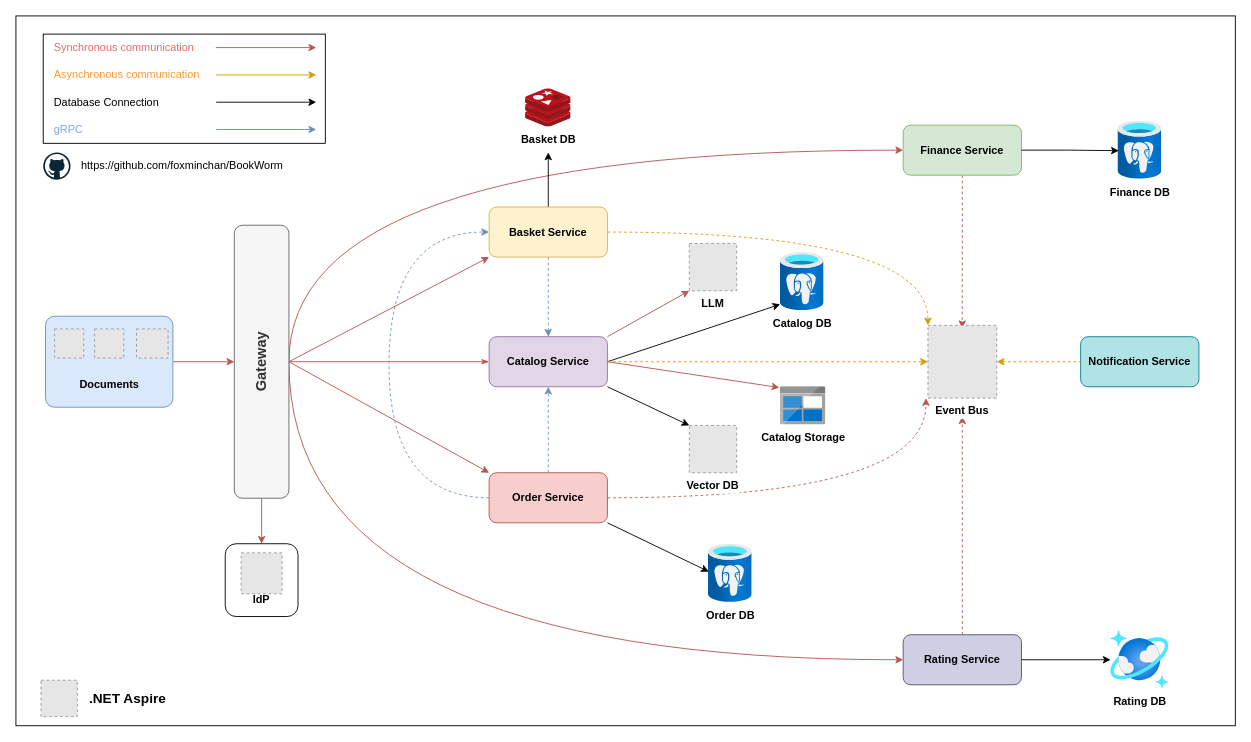
Before: assets/BookWorm.drawio in foxminchan/BookWorm, a draw.io diagram. Source tidied: cells renumbered, new cells numbered last; positions are measured from the earlier drawing's top-left corner, leaving out a move shared by most shapes. Both pictures are drawn from the tidied source at 91%, with x=0, y=0 at pixel (15, 15). Pictures stored in the file or linked from it are replaced by grey dashed boxes.
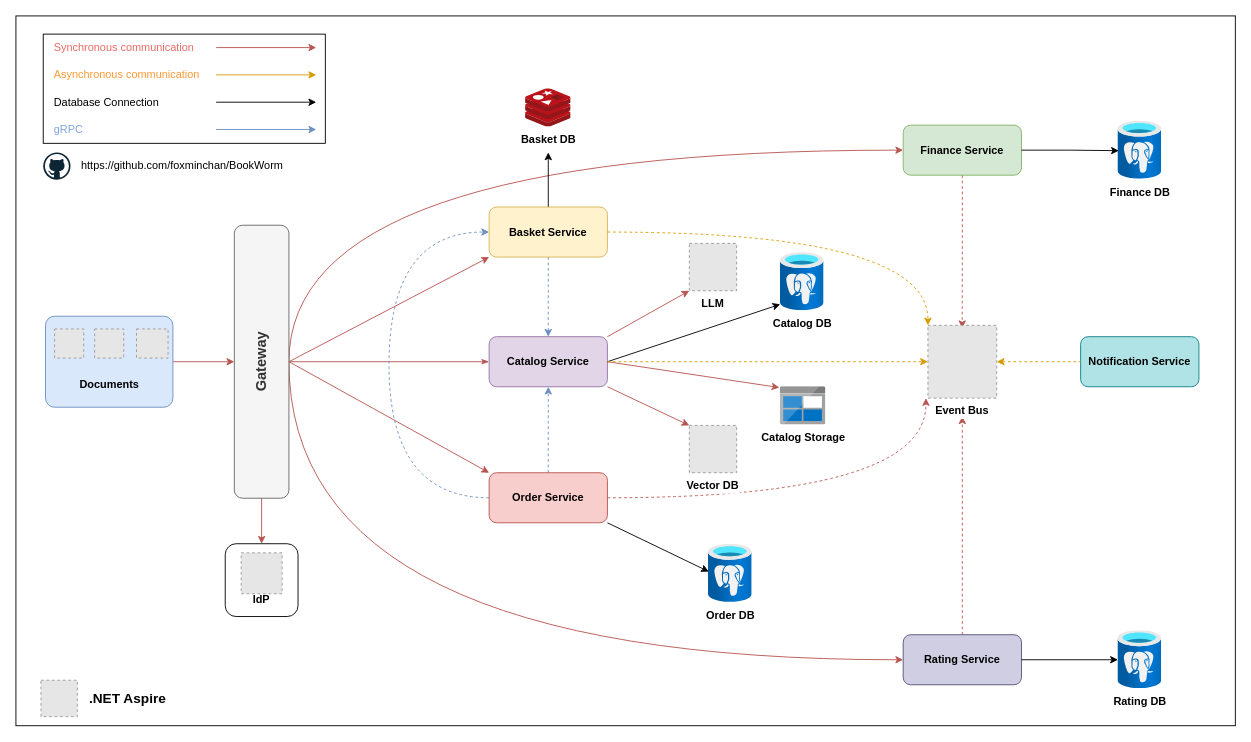
The same page after the edit.

The change refers to these unchanged cells:
```xml
<mxCell id="12" value="Catalog Service" style="rounded=1;whiteSpace=wrap;html=1;fontStyle=1;fillColor=#e1d5e7;strokeColor=#9673a6;" parent="1" vertex="1">
  <mxGeometry x="520" y="352.5" width="130" height="55" as="geometry" />
</mxCell>
<mxCell id="33" value="Rating Service" style="rounded=1;whiteSpace=wrap;html=1;fontStyle=1;fillColor=#d0cee2;strokeColor=#56517e;" parent="1" vertex="1">
  <mxGeometry x="975" y="680" width="130" height="55" as="geometry" />
</mxCell>
<mxCell id="39" value="Vector DB" style="fillColor=#E6E6E6;strokeColor=#999999;dashed=1;verticalLabelPosition=bottom;labelBackgroundColor=default;verticalAlign=top;fontStyle=1;" parent="1" vertex="1">
  <mxGeometry x="740" y="450" width="52" height="52" as="geometry" />
</mxCell>
```

Change to the diagram source:
```diff
@@
-    <mxCell id="10" style="rounded=0;jettySize=auto;html=1;exitX=1;exitY=1;exitDx=0;exitDy=0;entryX=0;entryY=0;entryDx=0;entryDy=0;" parent="1" edge="1" source="12" target="39">
+    <mxCell id="10" style="rounded=0;jettySize=auto;html=1;exitX=1;exitY=1;exitDx=0;exitDy=0;entryX=0;entryY=0;entryDx=0;entryDy=0;fillColor=#f8cecc;strokeColor=#b85450;" parent="1" edge="1" source="12" target="39">
       <mxGeometry relative="1" as="geometry" />
     </mxCell>
@@
-    <mxCell id="34" value="Rating DB" style="image;html=1;points=[];align=center;fontSize=12;image=img/lib/azure2/databases/Azure_Cosmos_DB.svg;fontStyle=1;" parent="1" vertex="1">
-      <mxGeometry x="1203" y="675.5" width="64" height="64" as="geometry" />
-    </mxCell>
-    <mxCell id="35" style="edgeStyle=orthogonalEdgeStyle;rounded=0;jettySize=auto;html=1;exitX=1;exitY=0.5;exitDx=0;exitDy=0;entryX=0;entryY=0.5;entryDx=0;entryDy=0;entryPerimeter=0;" parent="1" edge="1" source="33" target="34">
+    <mxCell id="35" style="edgeStyle=orthogonalEdgeStyle;rounded=0;jettySize=auto;html=1;exitX=1;exitY=0.5;exitDx=0;exitDy=0;" parent="1" edge="1" source="33" target="34">
       <mxGeometry relative="1" as="geometry" />
     </mxCell>
@@
+    <mxCell id="34" value="Rating DB" style="image;html=1;points=[];align=center;fontSize=12;image=img/lib/azure2/databases/Azure_Database_PostgreSQL_Server.svg;fontStyle=1;" parent="1" vertex="1">
+      <mxGeometry x="1211" y="675.5" width="48" height="64" as="geometry" />
+    </mxCell>
```
